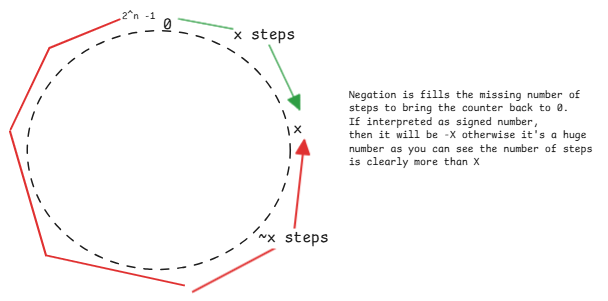
Before: static/img/maths-arithmetic-negation.excalidraw.png, a diagram exported from Excalidraw (swaroopar/inprogress-engineer). Source tidied: one line per element, renumbered; positions are measured from the earlier drawing's top-left corner, leaving out a move shared by most shapes.
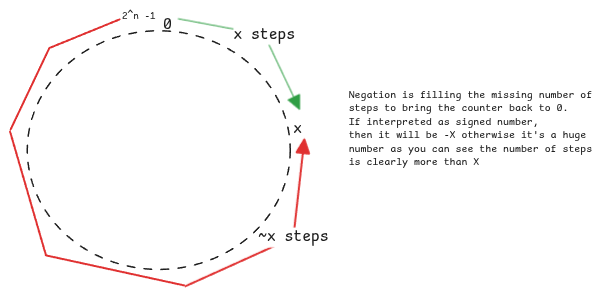
After the change.

What changed in the source:
```diff
@@ -6,6 +6,6 @@
 {"id": 5, "type": "text", "text": "x steps", "strokeColor": "#1e1e1e", "strokeWidth": 1, "roughness": 0, "fontSize": 16, "fontFamily": 8, "textAlign": "center", "verticalAlign": "middle", "inside": 4, "x": 223, "y": 15, "width": 62, "height": 20}
 {"id": 6, "type": "line", "strokeColor": "#e03131", "strokeWidth": 2, "roughness": 0, "x": 174, "y": 275, "width": 174, "height": 154, "points": [[0, 0], [-138, -30], [-174, -154]]}
 {"id": 7, "type": "line", "strokeColor": "#e03131", "strokeWidth": 2, "roughness": 0, "x": 1, "y": 119, "width": 109, "height": 110, "points": [[0, 0], [39, -81], [109, -110]]}
-{"id": 8, "type": "arrow", "strokeColor": "#e03131", "strokeWidth": 2, "roughness": 0, "endArrowhead": "triangle", "from": 0, "to": 3, "x": 183, "y": 282, "width": 111, "height": 151, "points": [[0, 0], [100, -53], [111, -151]]}
+{"id": 8, "type": "arrow", "strokeColor": "#e03131", "strokeWidth": 2, "roughness": 0, "endArrowhead": "triangle", "from": 0, "to": 3, "x": 175, "y": 276, "width": 119, "height": 147, "points": [[0, 0], [108, -49], [119, -147]]}
 {"id": 9, "type": "text", "text": "~x steps", "strokeColor": "#1e1e1e", "strokeWidth": 2, "roughness": 0, "fontSize": 16, "fontFamily": 8, "textAlign": "center", "verticalAlign": "middle", "inside": 8, "x": 248, "y": 218, "width": 70, "height": 20}
-{"id": 10, "type": "text", "text": "Negation is fills the missing number of \nsteps to bring the counter back to 0.\nIf interpreted as signed number, \nthen it will be -X otherwise it's a huge\nnumber as you can see the number of steps \nis clearly more than X", "strokeColor": "#1e1e1e", "strokeWidth": 2, "roughness": 0, "fontSize": 10.82, "fontFamily": 8, "x": 339, "y": 78, "width": 250, "height": 81}
+{"id": 10, "type": "text", "text": "Negation is filling the missing number of \nsteps to bring the counter back to 0.\nIf interpreted as signed number, \nthen it will be -X otherwise it's a huge\nnumber as you can see the number of steps \nis clearly more than X", "strokeColor": "#1e1e1e", "strokeWidth": 2, "roughness": 0, "fontSize": 10.82, "fontFamily": 8, "x": 339, "y": 78, "width": 249, "height": 81}
```
